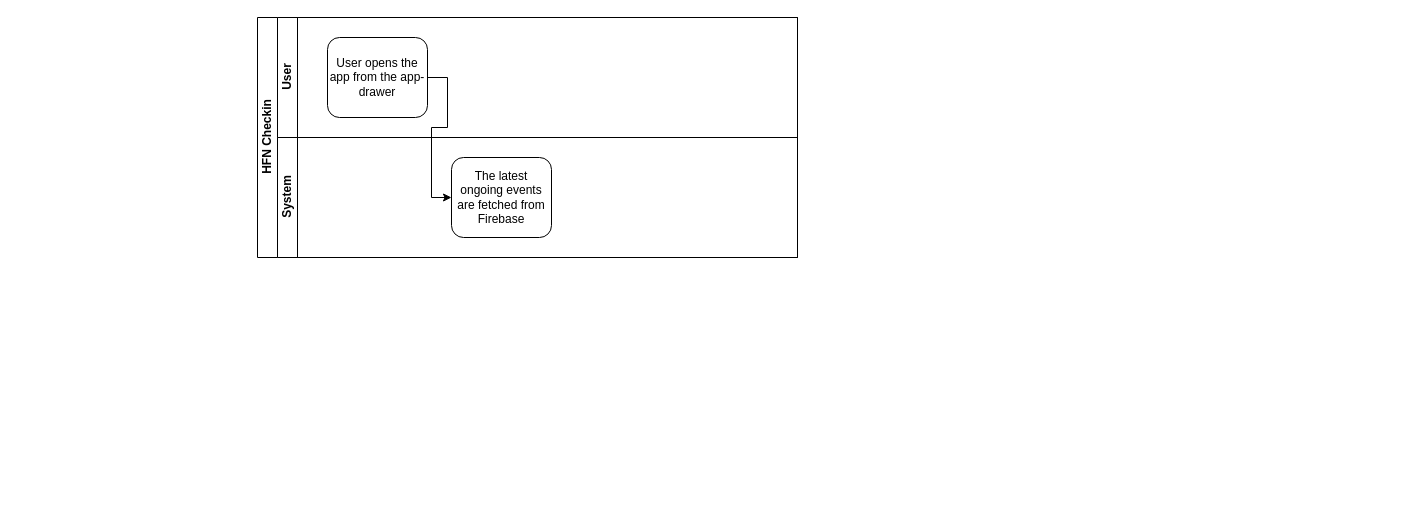
This is page "Event Manager" (1 of 4) of HFN-checkin-app.drawio from appsparkler/draw.io, a draw.io file, before an edit. Source tidied: cells renumbered, new cells numbered last; positions are measured from the earlier drawing's top-left corner, leaving out a move shared by most shapes. Both pictures are drawn from the tidied source at 100%, with x=0, y=0 at pixel (257, 17).
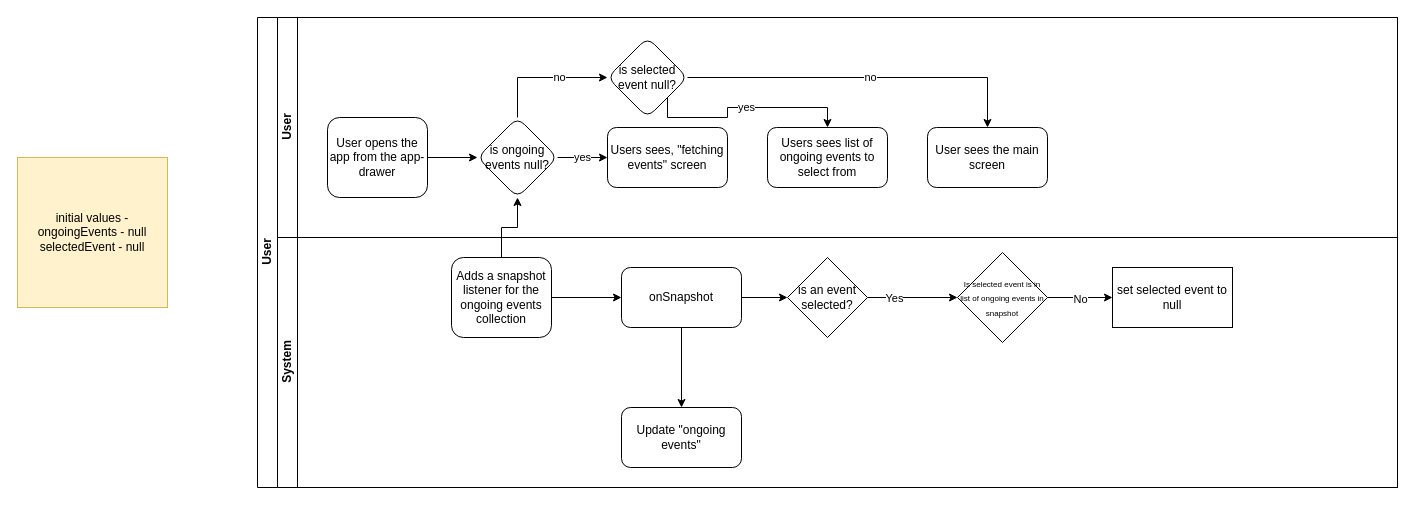
The same diagram, later.

What changed in the source:
```diff
@@
-    <mxCell id="2" value="&lt;div&gt;HFN Checkin&lt;/div&gt;" style="swimlane;horizontal=0;startSize=20;html=1;" parent="1" vertex="1">
-      <mxGeometry width="540" height="240" as="geometry" />
+    <mxCell id="2" value="User" style="swimlane;horizontal=0;startSize=20;html=1;" parent="1" vertex="1">
+      <mxGeometry width="1140" height="470" as="geometry" />
     </mxCell>
     <mxCell id="3" value="&lt;div&gt;User&lt;/div&gt;" style="swimlane;startSize=20;horizontal=0;html=1;" parent="2" vertex="1">
-      <mxGeometry x="20" width="520" height="120" as="geometry" />
+      <mxGeometry x="20" width="1120" height="220" as="geometry" />
     </mxCell>
+    <mxCell id="8" style="edgeStyle=orthogonalEdgeStyle;rounded=0;jettySize=auto;html=1;" parent="3" edge="1" source="4" target="13">
+      <mxGeometry relative="1" as="geometry" />
+    </mxCell>
     <mxCell id="4" value="User opens the app from the app-drawer" style="rounded=1;whiteSpace=wrap;html=1;" parent="3" vertex="1">
-      <mxGeometry x="50" y="20" width="100" height="80" as="geometry" />
+      <mxGeometry x="50" y="100" width="100" height="80" as="geometry" />
     </mxCell>
+    <mxCell id="9" value="Users sees list of ongoing events to select from" style="whiteSpace=wrap;html=1;rounded=1;" parent="3" vertex="1">
+      <mxGeometry x="490" y="110" width="120" height="60" as="geometry" />
+    </mxCell>
+    <mxCell id="10" value="yes" style="edgeStyle=orthogonalEdgeStyle;rounded=0;jettySize=auto;html=1;" parent="3" edge="1" source="13" target="14">
+      <mxGeometry relative="1" as="geometry" />
+    </mxCell>
+    <mxCell id="11" style="edgeStyle=orthogonalEdgeStyle;rounded=0;jettySize=auto;html=1;" parent="3" edge="1" source="13" target="20">
+      <mxGeometry relative="1" as="geometry">
+        <Array as="points">
+          <mxPoint x="240" y="60" />
+        </Array>
+      </mxGeometry>
+    </mxCell>
+    <mxCell id="12" value="no" style="edgeLabel;html=1;align=center;verticalAlign=middle;" parent="11" vertex="1">
+      <mxGeometry x="0.25" y="-2" relative="1" as="geometry">
+        <mxPoint y="-3" as="offset" />
+      </mxGeometry>
+    </mxCell>
+    <mxCell id="13" value="is ongoing events null?" style="rhombus;whiteSpace=wrap;html=1;rounded=1;" parent="3" vertex="1">
+      <mxGeometry x="200" y="100" width="80" height="80" as="geometry" />
+    </mxCell>
+    <mxCell id="14" value="Users sees, &quot;fetching events&quot; screen" style="whiteSpace=wrap;html=1;rounded=1;" parent="3" vertex="1">
+      <mxGeometry x="330" y="110" width="120" height="60" as="geometry" />
+    </mxCell>
+    <mxCell id="15" value="User sees the main screen" style="whiteSpace=wrap;html=1;rounded=1;" parent="3" vertex="1">
+      <mxGeometry x="650" y="110" width="120" height="60" as="geometry" />
+    </mxCell>
+    <mxCell id="16" style="edgeStyle=orthogonalEdgeStyle;rounded=0;jettySize=auto;html=1;" parent="3" edge="1" source="20" target="15">
+      <mxGeometry relative="1" as="geometry" />
+    </mxCell>
+    <mxCell id="17" value="no" style="edgeLabel;html=1;align=center;verticalAlign=middle;" parent="16" vertex="1">
+      <mxGeometry x="0.04" y="3" relative="1" as="geometry">
+        <mxPoint y="2" as="offset" />
+      </mxGeometry>
+    </mxCell>
+    <mxCell id="18" style="edgeStyle=orthogonalEdgeStyle;rounded=0;jettySize=auto;html=1;exitX=1;exitY=1;exitDx=0;exitDy=0;entryX=0.5;entryY=0;entryDx=0;entryDy=0;" parent="3" edge="1" source="20" target="9">
+      <mxGeometry relative="1" as="geometry">
+        <Array as="points">
+          <mxPoint x="390" y="100" />
+          <mxPoint x="450" y="100" />
+          <mxPoint x="450" y="90" />
+          <mxPoint x="550" y="90" />
+        </Array>
+      </mxGeometry>
+    </mxCell>
+    <mxCell id="19" value="yes" style="edgeLabel;html=1;align=center;verticalAlign=middle;" parent="18" vertex="1">
+      <mxGeometry x="0.03" y="-2" relative="1" as="geometry">
+        <mxPoint y="-3" as="offset" />
+      </mxGeometry>
+    </mxCell>
+    <mxCell id="20" value="is selected event null?" style="rhombus;whiteSpace=wrap;html=1;rounded=1;" parent="3" vertex="1">
+      <mxGeometry x="330" y="20" width="80" height="80" as="geometry" />
+    </mxCell>
     <mxCell id="5" value="&lt;div&gt;System&lt;/div&gt;" style="swimlane;startSize=20;horizontal=0;html=1;" parent="2" vertex="1">
-      <mxGeometry x="20" y="120" width="520" height="120" as="geometry" />
+      <mxGeometry x="20" y="220" width="1120" height="250" as="geometry" />
     </mxCell>
+    <mxCell id="21" style="edgeStyle=orthogonalEdgeStyle;rounded=0;jettySize=auto;html=1;" parent="5" edge="1" source="6" target="23">
+      <mxGeometry relative="1" as="geometry" />
+    </mxCell>
-    <mxCell id="6" value="The latest ongoing events are fetched from Firebase" style="rounded=1;whiteSpace=wrap;html=1;" parent="5" vertex="1">
+    <mxCell id="6" value="Adds a snapshot listener for the ongoing events collection" style="rounded=1;whiteSpace=wrap;html=1;" parent="5" vertex="1">
       <mxGeometry x="174" y="20" width="100" height="80" as="geometry" />
     </mxCell>
-    <mxCell id="7" style="edgeStyle=orthogonalEdgeStyle;rounded=0;jettySize=auto;html=1;entryX=0;entryY=0.5;entryDx=0;entryDy=0;" parent="2" edge="1" source="4" target="6">
-      <mxGeometry relative="1" as="geometry">
-        <Array as="points">
-          <mxPoint x="190" y="60" />
-          <mxPoint x="190" y="110" />
-          <mxPoint x="174" y="110" />
-          <mxPoint x="174" y="180" />
-        </Array>
-      </mxGeometry>
-    </mxCell>
+    <mxCell id="22" style="edgeStyle=orthogonalEdgeStyle;rounded=0;jettySize=auto;html=1;" parent="5" edge="1" source="23" target="26">
+      <mxGeometry relative="1" as="geometry" />
+    </mxCell>
+    <mxCell id="23" value="onSnapshot" style="whiteSpace=wrap;html=1;rounded=1;" parent="5" vertex="1">
+      <mxGeometry x="344" y="30" width="120" height="60" as="geometry" />
+    </mxCell>
+    <mxCell id="24" style="edgeStyle=orthogonalEdgeStyle;rounded=0;jettySize=auto;html=1;" parent="5" edge="1" source="26" target="29">
+      <mxGeometry relative="1" as="geometry" />
+    </mxCell>
+    <mxCell id="25" value="Yes" style="edgeLabel;html=1;align=center;verticalAlign=middle;" parent="24" vertex="1">
+      <mxGeometry x="-0.42" relative="1" as="geometry" />
+    </mxCell>
+    <mxCell id="26" value="is an event selected?" style="rhombus;whiteSpace=wrap;html=1;" parent="5" vertex="1">
+      <mxGeometry x="510" y="20" width="80" height="80" as="geometry" />
+    </mxCell>
+    <mxCell id="27" style="edgeStyle=orthogonalEdgeStyle;rounded=0;jettySize=auto;html=1;" parent="5" edge="1" source="29" target="30">
+      <mxGeometry relative="1" as="geometry" />
+    </mxCell>
+    <mxCell id="28" value="No" style="edgeLabel;html=1;align=center;verticalAlign=middle;" parent="27" vertex="1">
+      <mxGeometry x="-0.01" y="-1" relative="1" as="geometry" />
+    </mxCell>
+    <mxCell id="29" value="&lt;font style=&quot;font-size: 8px;&quot;&gt;Is selected event is in list of ongoing events in snapshot&lt;/font&gt;" style="rhombus;whiteSpace=wrap;html=1;" parent="5" vertex="1">
+      <mxGeometry x="680" y="15" width="90" height="90" as="geometry" />
+    </mxCell>
+    <mxCell id="30" value="set selected event to null" style="whiteSpace=wrap;html=1;" parent="5" vertex="1">
+      <mxGeometry x="835" y="30" width="120" height="60" as="geometry" />
+    </mxCell>
+    <mxCell id="31" style="edgeStyle=orthogonalEdgeStyle;rounded=0;jettySize=auto;html=1;" parent="2" edge="1" source="6" target="13">
+      <mxGeometry relative="1" as="geometry" />
+    </mxCell>
+    <mxCell id="32" value="Update &quot;ongoing events&quot;" style="whiteSpace=wrap;html=1;rounded=1;" parent="1" vertex="1">
+      <mxGeometry x="364" y="390" width="120" height="60" as="geometry" />
+    </mxCell>
+    <mxCell id="33" style="edgeStyle=orthogonalEdgeStyle;rounded=0;jettySize=auto;html=1;" parent="1" edge="1" source="23" target="32">
+      <mxGeometry relative="1" as="geometry" />
+    </mxCell>
+    <mxCell id="34" value="initial values - &lt;br&gt;&lt;div&gt;ongoingEvents - null&lt;br&gt;&lt;/div&gt;selectedEvent - null" style="whiteSpace=wrap;html=1;fillColor=#fff2cc;strokeColor=#d6b656;" parent="1" vertex="1">
+      <mxGeometry x="-240" y="140" width="150" height="150" as="geometry" />
+    </mxCell>
```
